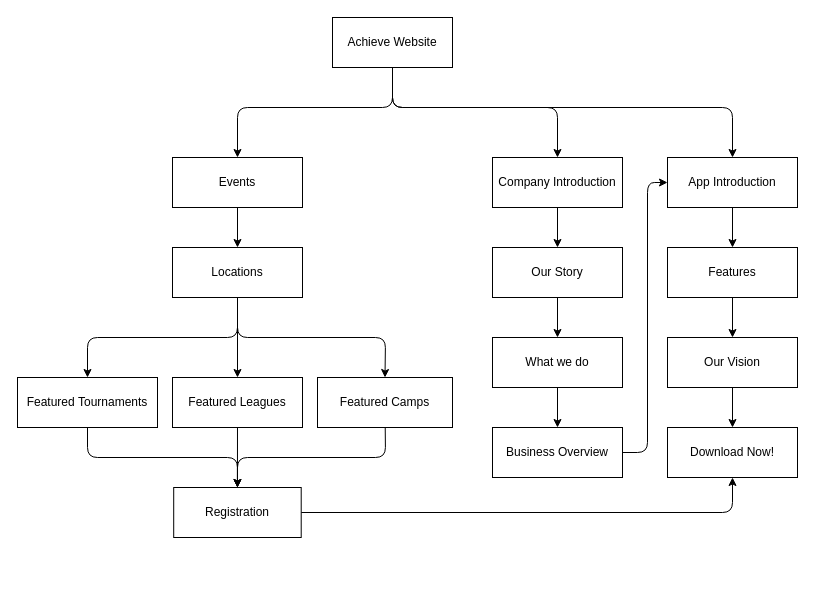
This is Achieve Website.drawio from aza1re/achieve-website, a draw.io file, before an edit. Source tidied: cells renumbered, new cells numbered last; positions are measured from the earlier drawing's top-left corner, leaving out a move shared by most shapes. Both pictures are drawn from the tidied source at 100%, with x=0, y=0 at pixel (17, 17).
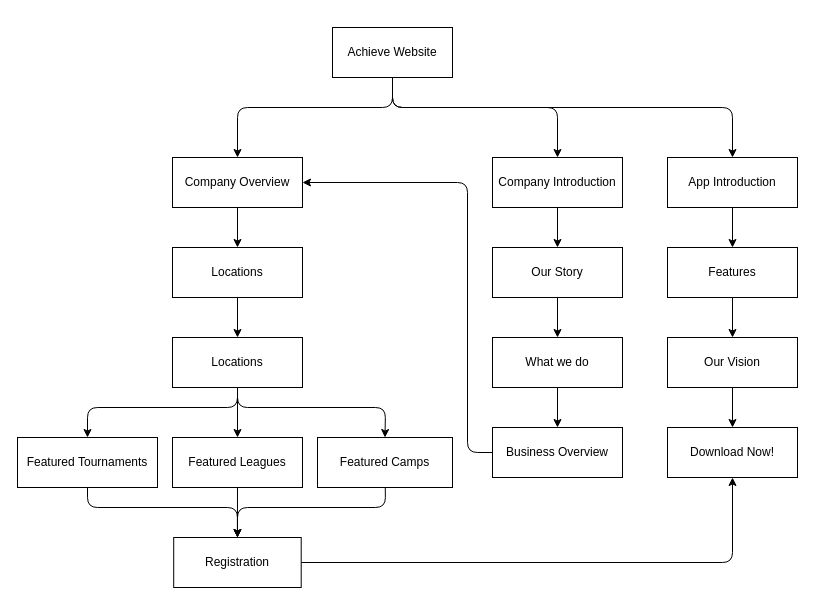
Above is the later version.

Commit message:
Flow chart

Unchanged cells that the change refers to:
```xml
<mxCell id="15" value="App Introduction" style="rounded=0;whiteSpace=wrap;html=1;" parent="1" vertex="1">
  <mxGeometry x="650" y="140" width="130" height="50" as="geometry" />
</mxCell>
<mxCell id="27" value="Business Overview" style="rounded=0;whiteSpace=wrap;html=1;" parent="1" vertex="1">
  <mxGeometry x="475" y="410" width="130" height="50" as="geometry" />
</mxCell>
<mxCell id="30" value="Download Now!" style="rounded=0;whiteSpace=wrap;html=1;" parent="1" vertex="1">
  <mxGeometry x="650" y="410" width="130" height="50" as="geometry" />
</mxCell>
<mxCell id="32" value="Locations" style="rounded=0;whiteSpace=wrap;html=1;" parent="1" vertex="1">
  <mxGeometry x="155" y="230" width="130" height="50" as="geometry" />
</mxCell>
```

The edit, as a diff of the source:
```diff
@@
     <mxCell id="4" value="Achieve Website" style="rounded=0;whiteSpace=wrap;html=1;" parent="1" vertex="1">
-      <mxGeometry x="315" width="120" height="50" as="geometry" />
+      <mxGeometry x="315" y="10" width="120" height="50" as="geometry" />
     </mxCell>
     <mxCell id="5" style="edgeStyle=none;html=1;entryX=0.5;entryY=0;entryDx=0;entryDy=0;exitX=0.5;exitY=1;exitDx=0;exitDy=0;" parent="1" edge="1" source="6" target="34">
       <mxGeometry relative="1" as="geometry">
         <Array as="points">
-          <mxPoint x="70" y="440" />
-          <mxPoint x="220" y="440" />
+          <mxPoint x="70" y="490" />
+          <mxPoint x="220" y="490" />
         </Array>
       </mxGeometry>
     </mxCell>
     <mxCell id="6" value="&lt;span style=&quot;color: rgb(0, 0, 0);&quot;&gt;Featured&amp;nbsp;&lt;/span&gt;Tournaments" style="rounded=0;whiteSpace=wrap;html=1;" parent="1" vertex="1">
-      <mxGeometry y="360" width="140" height="50" as="geometry" />
+      <mxGeometry y="420" width="140" height="50" as="geometry" />
     </mxCell>
     <mxCell id="7" style="edgeStyle=none;html=1;entryX=0.5;entryY=0;entryDx=0;entryDy=0;" parent="1" edge="1" source="8" target="34">
       <mxGeometry relative="1" as="geometry">
         <Array as="points">
-          <mxPoint x="368" y="440" />
-          <mxPoint x="220" y="440" />
+          <mxPoint x="368" y="490" />
+          <mxPoint x="220" y="490" />
         </Array>
       </mxGeometry>
     </mxCell>
     <mxCell id="8" value="Featured Camps" style="rounded=0;whiteSpace=wrap;html=1;" parent="1" vertex="1">
-      <mxGeometry x="300" y="360" width="135" height="50" as="geometry" />
+      <mxGeometry x="300" y="420" width="135" height="50" as="geometry" />
     </mxCell>
@@
     <mxCell id="10" value="Featured Leagues" style="rounded=0;whiteSpace=wrap;html=1;" parent="1" vertex="1">
-      <mxGeometry x="155" y="360" width="130" height="50" as="geometry" />
+      <mxGeometry x="155" y="420" width="130" height="50" as="geometry" />
     </mxCell>
@@
-    <mxCell id="16" style="edgeStyle=none;html=1;entryX=0.5;entryY=0;entryDx=0;entryDy=0;exitX=0.5;exitY=1;exitDx=0;exitDy=0;" parent="1" edge="1" source="32" target="8">
-      <mxGeometry relative="1" as="geometry">
-        <Array as="points">
-          <mxPoint x="220" y="320" />
-          <mxPoint x="368" y="320" />
-        </Array>
-      </mxGeometry>
-    </mxCell>
-    <mxCell id="17" style="edgeStyle=none;html=1;entryX=0.5;entryY=0;entryDx=0;entryDy=0;exitX=0.5;exitY=1;exitDx=0;exitDy=0;" parent="1" edge="1" source="32" target="6">
-      <mxGeometry relative="1" as="geometry">
-        <Array as="points">
-          <mxPoint x="220" y="320" />
-          <mxPoint x="70" y="320" />
-        </Array>
-      </mxGeometry>
-    </mxCell>
@@
-    <mxCell id="19" value="Events" style="rounded=0;whiteSpace=wrap;html=1;" parent="1" vertex="1">
+    <mxCell id="19" value="Company Overview" style="rounded=0;whiteSpace=wrap;html=1;" parent="1" vertex="1">
       <mxGeometry x="155" y="140" width="130" height="50" as="geometry" />
     </mxCell>
@@
-    <mxCell id="26" style="edgeStyle=none;html=1;entryX=0;entryY=0.5;entryDx=0;entryDy=0;exitX=1;exitY=0.5;exitDx=0;exitDy=0;" parent="1" edge="1" source="27" target="15">
+    <mxCell id="26" style="edgeStyle=none;html=1;exitX=0;exitY=0.5;exitDx=0;exitDy=0;entryX=1;entryY=0.5;entryDx=0;entryDy=0;" parent="1" edge="1" source="27" target="19">
       <mxGeometry relative="1" as="geometry">
         <Array as="points">
-          <mxPoint x="630" y="435" />
-          <mxPoint x="630" y="165" />
+          <mxPoint x="450" y="435" />
+          <mxPoint x="450" y="165" />
         </Array>
       </mxGeometry>
     </mxCell>
@@
-    <mxCell id="31" style="edgeStyle=none;html=1;entryX=0.5;entryY=0;entryDx=0;entryDy=0;" parent="1" edge="1" source="32" target="10">
-      <mxGeometry relative="1" as="geometry" />
-    </mxCell>
+    <mxCell id="35" style="edgeStyle=none;html=1;" parent="1" edge="1" source="32" target="39">
+      <mxGeometry relative="1" as="geometry" />
+    </mxCell>
@@
     <mxCell id="33" style="edgeStyle=none;html=1;entryX=0.5;entryY=1;entryDx=0;entryDy=0;" parent="1" edge="1" source="34" target="30">
       <mxGeometry relative="1" as="geometry">
         <Array as="points">
-          <mxPoint x="715" y="495" />
+          <mxPoint x="715" y="545" />
         </Array>
       </mxGeometry>
     </mxCell>
     <mxCell id="34" value="Registration" style="rounded=0;whiteSpace=wrap;html=1;" parent="1" vertex="1">
-      <mxGeometry x="156.2" y="470" width="127.5" height="50" as="geometry" />
+      <mxGeometry x="156.2" y="520" width="127.5" height="50" as="geometry" />
     </mxCell>
+    <mxCell id="36" style="edgeStyle=none;html=1;" parent="1" edge="1" source="39" target="10">
+      <mxGeometry relative="1" as="geometry" />
+    </mxCell>
+    <mxCell id="37" style="edgeStyle=none;html=1;entryX=0.5;entryY=0;entryDx=0;entryDy=0;" parent="1" edge="1" source="39" target="6">
+      <mxGeometry relative="1" as="geometry">
+        <Array as="points">
+          <mxPoint x="220" y="390" />
+          <mxPoint x="70" y="390" />
+        </Array>
+      </mxGeometry>
+    </mxCell>
+    <mxCell id="38" style="edgeStyle=none;html=1;entryX=0.5;entryY=0;entryDx=0;entryDy=0;" parent="1" edge="1" source="39" target="8">
+      <mxGeometry relative="1" as="geometry">
+        <Array as="points">
+          <mxPoint x="220" y="390" />
+          <mxPoint x="368" y="390" />
+        </Array>
+      </mxGeometry>
+    </mxCell>
+    <mxCell id="39" value="Locations" style="rounded=0;whiteSpace=wrap;html=1;" parent="1" vertex="1">
+      <mxGeometry x="155" y="320" width="130" height="50" as="geometry" />
+    </mxCell>
```
